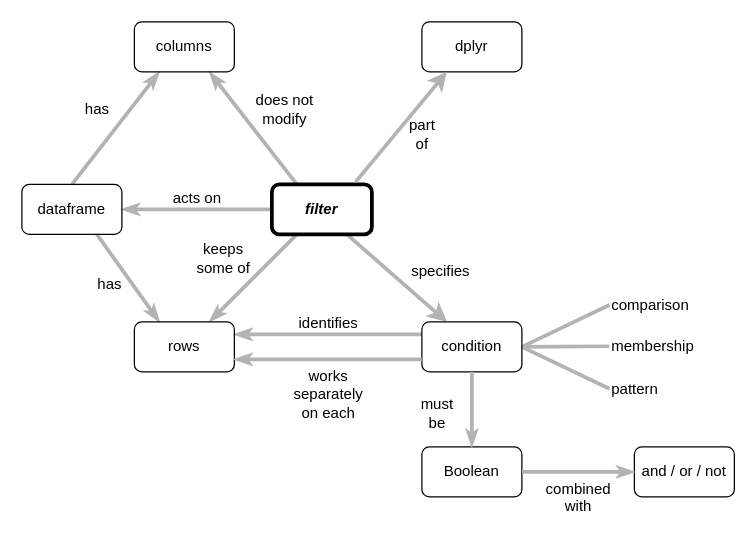
Above: en/filter.drawio in rstudio/concept-maps (draw.io), before the change. Source tidied: cells renumbered, new cells numbered last; positions are measured from the earlier drawing's top-left corner, leaving out a move shared by most shapes. Both pictures are drawn from the tidied source at 125%, with x=0, y=0 at pixel (21, 21).
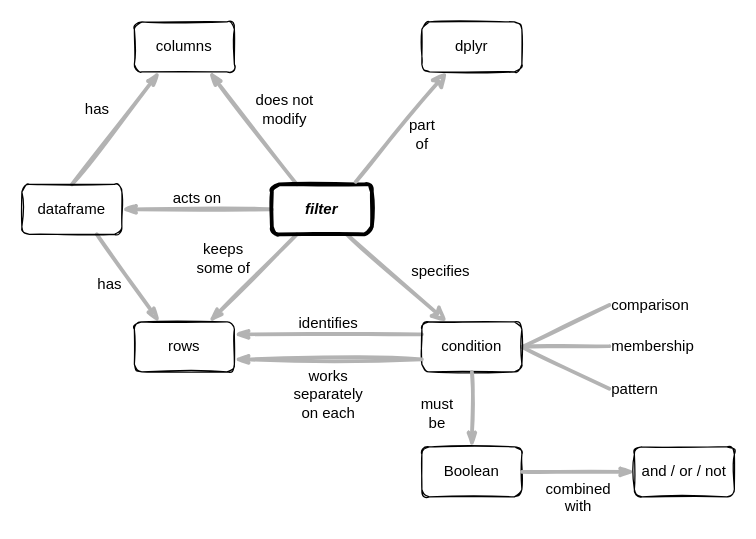
Above is the later version.

What changed in the source:
```diff
@@
-    <mxCell id="2" value="acts on" style="edgeStyle=none;rounded=1;html=1;labelBackgroundColor=none;startArrow=none;startFill=0;startSize=5;endArrow=classicThin;endFill=1;endSize=5;jettySize=auto;strokeColor=#B3B3B3;strokeWidth=3;fontFamily=Helvetica;fontSize=12;exitX=0;exitY=0.5;exitDx=0;exitDy=0;entryX=1;entryY=0.5;entryDx=0;entryDy=0;verticalAlign=bottom;" parent="1" edge="1" source="13" target="8">
+    <mxCell id="2" value="acts on" style="edgeStyle=none;rounded=1;html=1;labelBackgroundColor=none;startArrow=none;startFill=0;startSize=5;endArrow=classicThin;endFill=1;endSize=5;jettySize=auto;strokeColor=#B3B3B3;strokeWidth=3;fontFamily=Helvetica;fontSize=12;exitX=0;exitY=0.5;exitDx=0;exitDy=0;entryX=1;entryY=0.5;entryDx=0;entryDy=0;verticalAlign=bottom;sketch=1;" parent="1" edge="1" source="13" target="8">
       <mxGeometry relative="1" as="geometry" />
     </mxCell>
-    <mxCell id="3" value="has" style="edgeStyle=none;rounded=1;html=1;labelBackgroundColor=#FFFFFF;startArrow=none;startFill=0;startSize=5;endArrow=classicThin;endFill=1;endSize=5;jettySize=auto;strokeColor=#B3B3B3;strokeWidth=3;fontFamily=Helvetica;fontSize=12;exitX=0.75;exitY=1;exitDx=0;exitDy=0;entryX=0.25;entryY=0;entryDx=0;entryDy=0;verticalAlign=middle;" parent="1" edge="1" source="8" target="10">
+    <mxCell id="3" value="has" style="edgeStyle=none;rounded=1;html=1;labelBackgroundColor=none;startArrow=none;startFill=0;startSize=5;endArrow=classicThin;endFill=1;endSize=5;jettySize=auto;strokeColor=#B3B3B3;strokeWidth=3;fontFamily=Helvetica;fontSize=12;exitX=0.75;exitY=1;exitDx=0;exitDy=0;entryX=0.25;entryY=0;entryDx=0;entryDy=0;verticalAlign=middle;sketch=1;" parent="1" edge="1" source="8" target="10">
       <mxGeometry x="-0.11" y="-15" relative="1" as="geometry" />
     </mxCell>
-    <mxCell id="4" value="keeps&lt;br style=&quot;font-size: 12px;&quot;&gt;some of" style="edgeStyle=none;rounded=1;html=1;labelBackgroundColor=none;startArrow=none;startFill=0;startSize=5;endArrow=classicThin;endFill=1;endSize=5;jettySize=auto;strokeColor=#B3B3B3;strokeWidth=3;fontFamily=Helvetica;fontSize=12;exitX=0.25;exitY=1;exitDx=0;exitDy=0;entryX=0.75;entryY=0;entryDx=0;entryDy=0;verticalAlign=middle;" parent="1" edge="1" source="13" target="10">
+    <mxCell id="4" value="keeps&lt;br style=&quot;font-size: 12px;&quot;&gt;some of" style="edgeStyle=none;rounded=1;html=1;labelBackgroundColor=none;startArrow=none;startFill=0;startSize=5;endArrow=classicThin;endFill=1;endSize=5;jettySize=auto;strokeColor=#B3B3B3;strokeWidth=3;fontFamily=Helvetica;fontSize=12;exitX=0.25;exitY=1;exitDx=0;exitDy=0;entryX=0.75;entryY=0;entryDx=0;entryDy=0;verticalAlign=middle;sketch=1;" parent="1" edge="1" source="13" target="10">
       <mxGeometry x="0.14" y="-28" relative="1" as="geometry">
         <mxPoint y="-1" as="offset" />
       </mxGeometry>
     </mxCell>
-    <mxCell id="5" value="identifies" style="edgeStyle=none;rounded=1;html=1;labelBackgroundColor=none;startArrow=none;startFill=0;startSize=5;endArrow=classicThin;endFill=1;endSize=5;jettySize=auto;strokeColor=#B3B3B3;strokeWidth=3;fontFamily=Helvetica;fontSize=12;exitX=0;exitY=0.25;exitDx=0;exitDy=0;entryX=1;entryY=0.25;entryDx=0;entryDy=0;verticalAlign=bottom;" parent="1" edge="1" source="22" target="10">
+    <mxCell id="5" value="identifies" style="edgeStyle=none;rounded=1;html=1;labelBackgroundColor=none;startArrow=none;startFill=0;startSize=5;endArrow=classicThin;endFill=1;endSize=5;jettySize=auto;strokeColor=#B3B3B3;strokeWidth=3;fontFamily=Helvetica;fontSize=12;exitX=0;exitY=0.25;exitDx=0;exitDy=0;entryX=1;entryY=0.25;entryDx=0;entryDy=0;verticalAlign=bottom;sketch=1;" parent="1" edge="1" source="22" target="10">
       <mxGeometry relative="1" as="geometry" />
     </mxCell>
-    <mxCell id="6" value="has" style="edgeStyle=none;rounded=1;html=1;labelBackgroundColor=none;startArrow=none;startFill=0;startSize=5;endArrow=classicThin;endFill=1;endSize=5;jettySize=auto;strokeColor=#B3B3B3;strokeWidth=3;fontFamily=Helvetica;fontSize=12;exitX=0.5;exitY=0;exitDx=0;exitDy=0;entryX=0.25;entryY=1;entryDx=0;entryDy=0;verticalAlign=middle;" parent="1" edge="1" source="8" target="11">
+    <mxCell id="6" value="has" style="edgeStyle=none;rounded=1;html=1;labelBackgroundColor=none;startArrow=none;startFill=0;startSize=5;endArrow=classicThin;endFill=1;endSize=5;jettySize=auto;strokeColor=#B3B3B3;strokeWidth=3;fontFamily=Helvetica;fontSize=12;exitX=0.5;exitY=0;exitDx=0;exitDy=0;entryX=0.25;entryY=1;entryDx=0;entryDy=0;verticalAlign=middle;sketch=1;" parent="1" edge="1" source="8" target="11">
       <mxGeometry x="0.05" y="21" relative="1" as="geometry" />
     </mxCell>
-    <mxCell id="7" value="does not&lt;br style=&quot;font-size: 12px;&quot;&gt;modify" style="edgeStyle=none;rounded=1;html=1;labelBackgroundColor=none;startArrow=none;startFill=0;startSize=5;endArrow=classicThin;endFill=1;endSize=5;jettySize=auto;strokeColor=#B3B3B3;strokeWidth=3;fontFamily=Helvetica;fontSize=12;exitX=0.25;exitY=0;exitDx=0;exitDy=0;entryX=0.75;entryY=1;entryDx=0;entryDy=0;verticalAlign=middle;" parent="1" edge="1" source="13" target="11">
+    <mxCell id="7" value="does not&lt;br style=&quot;font-size: 12px;&quot;&gt;modify" style="edgeStyle=none;rounded=1;html=1;labelBackgroundColor=none;startArrow=none;startFill=0;startSize=5;endArrow=classicThin;endFill=1;endSize=5;jettySize=auto;strokeColor=#B3B3B3;strokeWidth=3;fontFamily=Helvetica;fontSize=12;exitX=0.25;exitY=0;exitDx=0;exitDy=0;entryX=0.75;entryY=1;entryDx=0;entryDy=0;verticalAlign=middle;sketch=1;" parent="1" edge="1" source="13" target="11">
       <mxGeometry x="-0.06" y="-29" relative="1" as="geometry" />
     </mxCell>
-    <mxCell id="8" value="dataframe" style="rounded=1;whiteSpace=wrap;html=1;fontSize=12;fontFamily=Helvetica;fillColor=none;" parent="1" vertex="1">
+    <mxCell id="8" value="dataframe" style="rounded=1;whiteSpace=wrap;html=1;fontSize=12;fontFamily=Helvetica;fillColor=none;labelBackgroundColor=none;sketch=1;" parent="1" vertex="1">
       <mxGeometry y="130" width="80" height="40" as="geometry" />
     </mxCell>
-    <mxCell id="9" style="edgeStyle=orthogonalEdgeStyle;rounded=0;orthogonalLoop=1;jettySize=auto;html=1;exitX=0.5;exitY=1;exitDx=0;exitDy=0;strokeWidth=3;fontSize=12;fontFamily=Helvetica;" parent="1" edge="1" source="8" target="8">
+    <mxCell id="9" style="edgeStyle=orthogonalEdgeStyle;rounded=0;orthogonalLoop=1;jettySize=auto;html=1;exitX=0.5;exitY=1;exitDx=0;exitDy=0;strokeWidth=3;fontSize=12;fontFamily=Helvetica;labelBackgroundColor=none;sketch=1;" parent="1" edge="1" source="8" target="8">
       <mxGeometry relative="1" as="geometry" />
     </mxCell>
-    <mxCell id="10" value="rows" style="rounded=1;whiteSpace=wrap;html=1;fontSize=12;fontFamily=Helvetica;fillColor=none;" parent="1" vertex="1">
+    <mxCell id="10" value="rows" style="rounded=1;whiteSpace=wrap;html=1;fontSize=12;fontFamily=Helvetica;fillColor=none;labelBackgroundColor=none;sketch=1;" parent="1" vertex="1">
       <mxGeometry x="90" y="240" width="80" height="40" as="geometry" />
     </mxCell>
-    <mxCell id="11" value="columns" style="rounded=1;whiteSpace=wrap;html=1;fontSize=12;fontFamily=Helvetica;fillColor=none;" parent="1" vertex="1">
+    <mxCell id="11" value="columns" style="rounded=1;whiteSpace=wrap;html=1;fontSize=12;fontFamily=Helvetica;fillColor=none;labelBackgroundColor=none;sketch=1;" parent="1" vertex="1">
       <mxGeometry x="90" width="80" height="40" as="geometry" />
     </mxCell>
-    <mxCell id="12" value="specifies" style="endArrow=classic;html=1;strokeWidth=3;entryX=0.25;entryY=0;entryDx=0;entryDy=0;strokeColor=#B3B3B3;exitX=0.75;exitY=1;exitDx=0;exitDy=0;verticalAlign=middle;fontSize=12;labelBackgroundColor=none;fontFamily=Helvetica;align=left;" parent="1" edge="1" source="13" target="22">
+    <mxCell id="12" value="specifies" style="endArrow=classic;html=1;strokeWidth=3;entryX=0.25;entryY=0;entryDx=0;entryDy=0;strokeColor=#B3B3B3;exitX=0.75;exitY=1;exitDx=0;exitDy=0;verticalAlign=middle;fontSize=12;labelBackgroundColor=none;fontFamily=Helvetica;align=left;sketch=1;" parent="1" edge="1" source="13" target="22">
       <mxGeometry x="0.08" y="10" relative="1" as="geometry">
         <mxPoint x="1" as="offset" />
       </mxGeometry>
     </mxCell>
-    <mxCell id="13" value="&lt;b style=&quot;font-size: 12px&quot;&gt;&lt;i style=&quot;font-size: 12px&quot;&gt;filter&lt;/i&gt;&lt;/b&gt;" style="rounded=1;whiteSpace=wrap;html=1;strokeWidth=3;fontSize=12;fontFamily=Helvetica;fillColor=none;" parent="1" vertex="1">
+    <mxCell id="13" value="&lt;b style=&quot;font-size: 12px&quot;&gt;&lt;i style=&quot;font-size: 12px&quot;&gt;filter&lt;/i&gt;&lt;/b&gt;" style="rounded=1;whiteSpace=wrap;html=1;strokeWidth=3;fontSize=12;fontFamily=Helvetica;fillColor=none;labelBackgroundColor=none;sketch=1;" parent="1" vertex="1">
       <mxGeometry x="200" y="130" width="80" height="40" as="geometry" />
     </mxCell>
-    <mxCell id="14" value="dplyr" style="rounded=1;whiteSpace=wrap;html=1;fontSize=12;fontFamily=Helvetica;fillColor=none;" parent="1" vertex="1">
+    <mxCell id="14" value="dplyr" style="rounded=1;whiteSpace=wrap;html=1;fontSize=12;fontFamily=Helvetica;fillColor=none;labelBackgroundColor=none;sketch=1;" parent="1" vertex="1">
       <mxGeometry x="320" width="80" height="40" as="geometry" />
     </mxCell>
-    <mxCell id="15" value="part&lt;br style=&quot;font-size: 12px;&quot;&gt;of" style="endArrow=classic;html=1;strokeWidth=3;entryX=0.25;entryY=1;entryDx=0;entryDy=0;strokeColor=#B3B3B3;exitX=0.838;exitY=-0.05;exitDx=0;exitDy=0;verticalAlign=middle;fontSize=12;labelBackgroundColor=none;exitPerimeter=0;fontFamily=Helvetica;" parent="1" edge="1" source="13" target="14">
+    <mxCell id="15" value="part&lt;br style=&quot;font-size: 12px;&quot;&gt;of" style="endArrow=classic;html=1;strokeWidth=3;entryX=0.25;entryY=1;entryDx=0;entryDy=0;strokeColor=#B3B3B3;exitX=0.838;exitY=-0.05;exitDx=0;exitDy=0;verticalAlign=middle;fontSize=12;labelBackgroundColor=none;exitPerimeter=0;fontFamily=Helvetica;sketch=1;" parent="1" edge="1" source="13" target="14">
       <mxGeometry x="0.1" y="-17" relative="1" as="geometry" />
     </mxCell>
-    <mxCell id="16" value="comparison" style="text;html=1;strokeColor=none;fillColor=none;align=left;verticalAlign=middle;whiteSpace=wrap;rounded=0;fontSize=12;fontFamily=Helvetica;" parent="1" vertex="1">
+    <mxCell id="16" value="comparison" style="text;html=1;strokeColor=none;fillColor=none;align=left;verticalAlign=middle;whiteSpace=wrap;rounded=0;fontSize=12;fontFamily=Helvetica;labelBackgroundColor=none;sketch=1;" parent="1" vertex="1">
       <mxGeometry x="470" y="216.5" width="60" height="20" as="geometry" />
     </mxCell>
-    <mxCell id="17" value="membership" style="text;html=1;strokeColor=none;fillColor=none;align=left;verticalAlign=middle;whiteSpace=wrap;rounded=0;fontSize=12;fontFamily=Helvetica;" parent="1" vertex="1">
+    <mxCell id="17" value="membership" style="text;html=1;strokeColor=none;fillColor=none;align=left;verticalAlign=middle;whiteSpace=wrap;rounded=0;fontSize=12;fontFamily=Helvetica;labelBackgroundColor=none;sketch=1;" parent="1" vertex="1">
       <mxGeometry x="470" y="249.5" width="60" height="20" as="geometry" />
     </mxCell>
-    <mxCell id="18" value="pattern" style="text;html=1;strokeColor=none;fillColor=none;align=left;verticalAlign=middle;whiteSpace=wrap;rounded=0;fontSize=12;fontFamily=Helvetica;" parent="1" vertex="1">
+    <mxCell id="18" value="pattern" style="text;html=1;strokeColor=none;fillColor=none;align=left;verticalAlign=middle;whiteSpace=wrap;rounded=0;fontSize=12;fontFamily=Helvetica;labelBackgroundColor=none;sketch=1;" parent="1" vertex="1">
       <mxGeometry x="470" y="283.5" width="60" height="20" as="geometry" />
     </mxCell>
-    <mxCell id="19" style="endArrow=none;html=1;labelBackgroundColor=#FFFFFF;strokeColor=#B3B3B3;strokeWidth=3;fontSize=12;exitX=1;exitY=0.5;exitDx=0;exitDy=0;entryX=0;entryY=0.5;entryDx=0;entryDy=0;fontFamily=Helvetica;" parent="1" edge="1" source="22" target="16">
+    <mxCell id="19" style="endArrow=none;html=1;labelBackgroundColor=none;strokeColor=#B3B3B3;strokeWidth=3;fontSize=12;exitX=1;exitY=0.5;exitDx=0;exitDy=0;entryX=0;entryY=0.5;entryDx=0;entryDy=0;fontFamily=Helvetica;sketch=1;" parent="1" edge="1" source="22" target="16">
       <mxGeometry relative="1" as="geometry" />
     </mxCell>
-    <mxCell id="20" style="endArrow=none;html=1;labelBackgroundColor=#FFFFFF;strokeColor=#B3B3B3;strokeWidth=3;fontSize=12;entryX=0;entryY=0.5;entryDx=0;entryDy=0;exitX=1;exitY=0.5;exitDx=0;exitDy=0;fontFamily=Helvetica;" parent="1" edge="1" source="22" target="17">
+    <mxCell id="20" style="endArrow=none;html=1;labelBackgroundColor=none;strokeColor=#B3B3B3;strokeWidth=3;fontSize=12;entryX=0;entryY=0.5;entryDx=0;entryDy=0;exitX=1;exitY=0.5;exitDx=0;exitDy=0;fontFamily=Helvetica;sketch=1;" parent="1" edge="1" source="22" target="17">
       <mxGeometry relative="1" as="geometry" />
     </mxCell>
-    <mxCell id="21" style="endArrow=none;html=1;labelBackgroundColor=#FFFFFF;strokeColor=#B3B3B3;strokeWidth=3;fontSize=12;entryX=0;entryY=0.5;entryDx=0;entryDy=0;fontFamily=Helvetica;" parent="1" edge="1" target="18">
+    <mxCell id="21" style="endArrow=none;html=1;labelBackgroundColor=none;strokeColor=#B3B3B3;strokeWidth=3;fontSize=12;entryX=0;entryY=0.5;entryDx=0;entryDy=0;fontFamily=Helvetica;sketch=1;" parent="1" edge="1" target="18">
       <mxGeometry relative="1" as="geometry">
         <mxPoint x="400" y="260" as="sourcePoint" />
       </mxGeometry>
     </mxCell>
-    <mxCell id="22" value="condition" style="rounded=1;whiteSpace=wrap;html=1;fontSize=12;fontFamily=Helvetica;fillColor=none;" parent="1" vertex="1">
+    <mxCell id="22" value="condition" style="rounded=1;whiteSpace=wrap;html=1;fontSize=12;fontFamily=Helvetica;fillColor=none;labelBackgroundColor=none;sketch=1;" parent="1" vertex="1">
       <mxGeometry x="320" y="240" width="80" height="40" as="geometry" />
     </mxCell>
-    <mxCell id="23" value="Boolean" style="rounded=1;whiteSpace=wrap;html=1;fontSize=12;fontFamily=Helvetica;fillColor=none;" parent="1" vertex="1">
+    <mxCell id="23" value="Boolean" style="rounded=1;whiteSpace=wrap;html=1;fontSize=12;fontFamily=Helvetica;fillColor=none;labelBackgroundColor=none;sketch=1;" parent="1" vertex="1">
       <mxGeometry x="320" y="340" width="80" height="40" as="geometry" />
     </mxCell>
-    <mxCell id="24" value="must&lt;br&gt;be" style="edgeStyle=none;rounded=1;html=1;labelBackgroundColor=none;startArrow=none;startFill=0;startSize=5;endArrow=classicThin;endFill=1;endSize=5;jettySize=auto;strokeColor=#B3B3B3;strokeWidth=3;fontFamily=Helvetica;fontSize=12;exitX=0.5;exitY=1;exitDx=0;exitDy=0;entryX=0.5;entryY=0;entryDx=0;entryDy=0;verticalAlign=middle;" parent="1" edge="1" source="22" target="23">
+    <mxCell id="24" value="must&lt;br&gt;be" style="edgeStyle=none;rounded=1;html=1;labelBackgroundColor=none;startArrow=none;startFill=0;startSize=5;endArrow=classicThin;endFill=1;endSize=5;jettySize=auto;strokeColor=#B3B3B3;strokeWidth=3;fontFamily=Helvetica;fontSize=12;exitX=0.5;exitY=1;exitDx=0;exitDy=0;entryX=0.5;entryY=0;entryDx=0;entryDy=0;verticalAlign=middle;sketch=1;" parent="1" edge="1" source="22" target="23">
       <mxGeometry x="0.14" y="-28" relative="1" as="geometry">
         <mxPoint y="-1" as="offset" />
       </mxGeometry>
     </mxCell>
-    <mxCell id="25" value="and / or / not" style="rounded=1;whiteSpace=wrap;html=1;fontSize=12;fontFamily=Helvetica;fillColor=none;" parent="1" vertex="1">
+    <mxCell id="25" value="and / or / not" style="rounded=1;whiteSpace=wrap;html=1;fontSize=12;fontFamily=Helvetica;fillColor=none;labelBackgroundColor=none;sketch=1;" parent="1" vertex="1">
       <mxGeometry x="490" y="340" width="80" height="40" as="geometry" />
     </mxCell>
-    <mxCell id="26" value="combined&lt;br&gt;with" style="edgeStyle=none;rounded=1;html=1;labelBackgroundColor=none;startArrow=none;startFill=0;startSize=5;endArrow=classicThin;endFill=1;endSize=5;jettySize=auto;strokeColor=#B3B3B3;strokeWidth=3;fontFamily=Helvetica;fontSize=12;verticalAlign=top;entryX=0;entryY=0.5;entryDx=0;entryDy=0;exitX=1;exitY=0.5;exitDx=0;exitDy=0;" parent="1" edge="1" source="23" target="25">
+    <mxCell id="26" value="combined&lt;br&gt;with" style="edgeStyle=none;rounded=1;html=1;labelBackgroundColor=none;startArrow=none;startFill=0;startSize=5;endArrow=classicThin;endFill=1;endSize=5;jettySize=auto;strokeColor=#B3B3B3;strokeWidth=3;fontFamily=Helvetica;fontSize=12;verticalAlign=top;entryX=0;entryY=0.5;entryDx=0;entryDy=0;exitX=1;exitY=0.5;exitDx=0;exitDy=0;sketch=1;" parent="1" edge="1" source="23" target="25">
       <mxGeometry relative="1" as="geometry" />
     </mxCell>
-    <mxCell id="27" value="works&lt;br&gt;separately&lt;br&gt;on each" style="edgeStyle=none;rounded=1;html=1;labelBackgroundColor=none;startArrow=none;startFill=0;startSize=5;endArrow=classicThin;endFill=1;endSize=5;jettySize=auto;strokeColor=#B3B3B3;strokeWidth=3;fontFamily=Helvetica;fontSize=12;exitX=0;exitY=0.75;exitDx=0;exitDy=0;entryX=1;entryY=0.75;entryDx=0;entryDy=0;verticalAlign=top;" parent="1" edge="1" source="22" target="10">
+    <mxCell id="27" value="works&lt;br&gt;separately&lt;br&gt;on each" style="edgeStyle=none;rounded=1;html=1;labelBackgroundColor=none;startArrow=none;startFill=0;startSize=5;endArrow=classicThin;endFill=1;endSize=5;jettySize=auto;strokeColor=#B3B3B3;strokeWidth=3;fontFamily=Helvetica;fontSize=12;exitX=0;exitY=0.75;exitDx=0;exitDy=0;entryX=1;entryY=0.75;entryDx=0;entryDy=0;verticalAlign=top;sketch=1;" parent="1" edge="1" source="22" target="10">
       <mxGeometry relative="1" as="geometry" />
     </mxCell>
```
